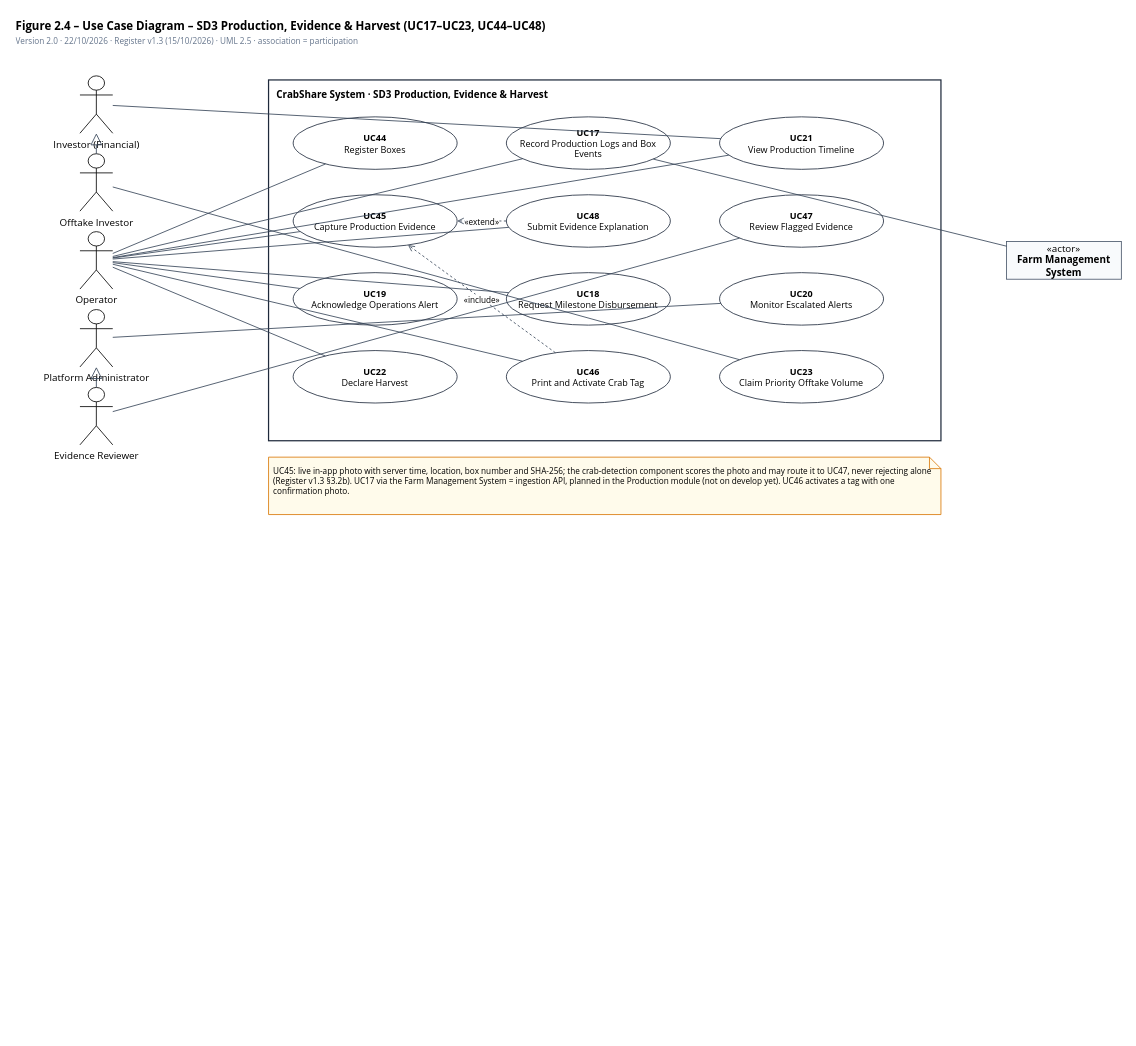
thienhoibai/crabshare keeps this draw.io diagram as page "SD3 – Production, Evidence & Harvest" (4 of 7) of docs/diagrams/CrabShare_Use_Case_Diagrams.drawio. Above is the earlier version. Source tidied: cells renumbered, new cells numbered last; positions are measured from the earlier drawing's top-left corner, leaving out a move shared by most shapes. Both pictures are drawn from the tidied source at 82%, with x=0, y=0 at pixel (14, 14).
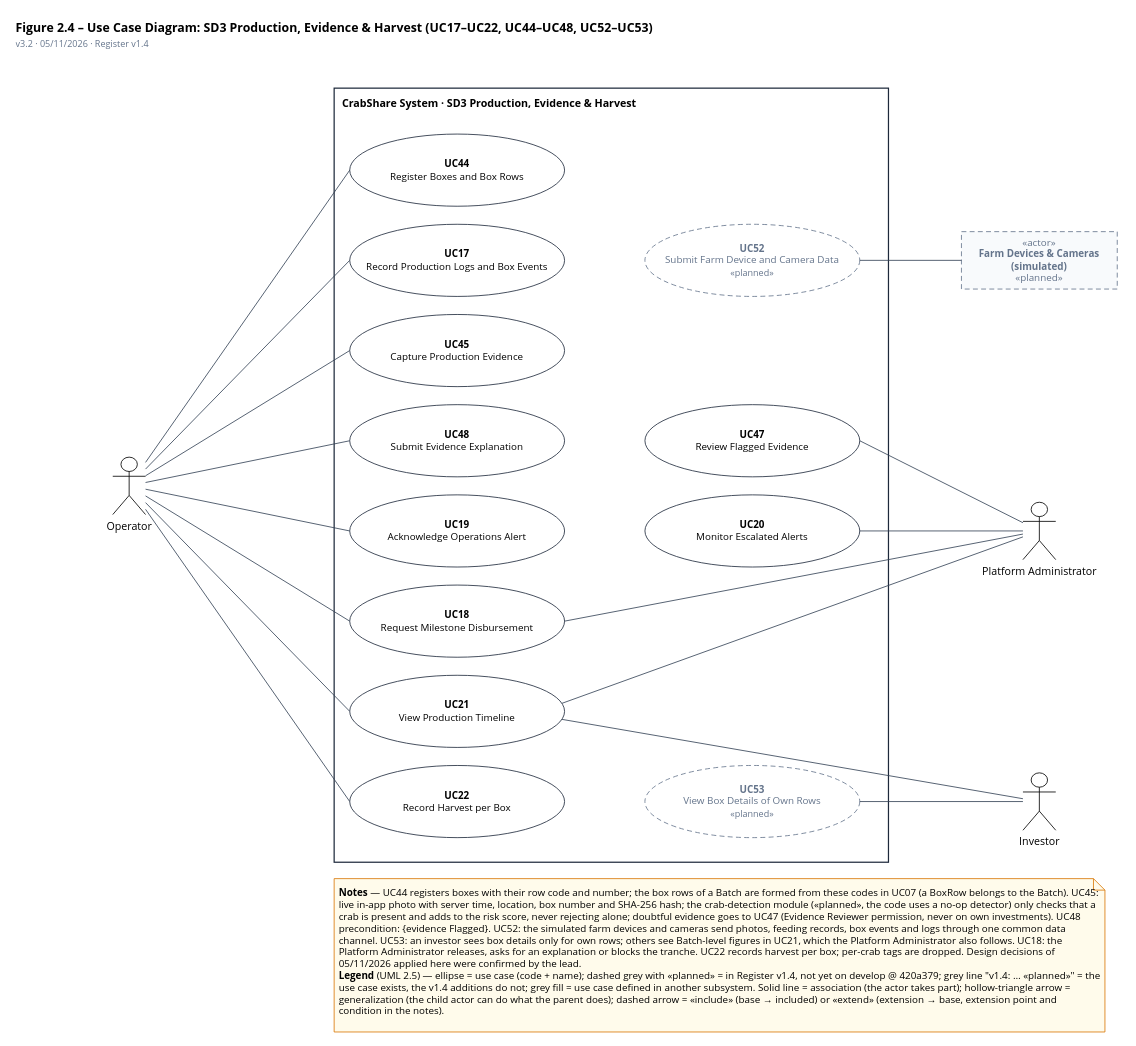
The same page after the edit.

Change to the diagram source:
```diff
@@
-    <mxCell id="2" value="&lt;b&gt;Figure 2.4 – Use Case Diagram – SD3 Production, Evidence &amp; Harvest (UC17–UC23, UC44–UC48)&lt;/b&gt;&lt;br&gt;&lt;font style=&quot;font-size:10px&quot; color=&quot;#64748b&quot;&gt;Version 2.0 · 22/10/2026 · Register v1.3 (15/10/2026) · UML 2.5 · association = participation&lt;/font&gt;" style="text;html=1;align=left;verticalAlign=top;whiteSpace=wrap;overflow=hidden;fontFamily=Segoe UI;fontSize=14;" parent="1" vertex="1">
-      <mxGeometry width="900" height="40" as="geometry" />
+    <mxCell id="2" value="&lt;b&gt;Figure 2.4 – Use Case Diagram: SD3 Production, Evidence &amp; Harvest (UC17–UC22, UC44–UC48, UC52–UC53)&lt;/b&gt;&lt;br&gt;&lt;font style=&quot;font-size:11px&quot; color=&quot;#64748b&quot;&gt;v3.2 · 05/11/2026 · Register v1.4&lt;/font&gt;" style="text;html=1;align=left;verticalAlign=top;whiteSpace=wrap;overflow=hidden;fontFamily=Segoe UI;fontSize=15;" parent="1" vertex="1">
+      <mxGeometry width="1200" height="46" as="geometry" />
     </mxCell>
-    <mxCell id="3" value="CrabShare System · SD3 Production, Evidence &amp; Harvest" style="rounded=0;whiteSpace=wrap;html=1;fillColor=none;strokeColor=#1e293b;strokeWidth=1.5;align=left;verticalAlign=top;spacingLeft=8;spacingTop=4;fontStyle=1;fontFamily=Segoe UI;" parent="1" vertex="1">
-      <mxGeometry x="310" y="80" width="820" height="440" as="geometry" />
+    <mxCell id="3" value="CrabShare System · SD3 Production, Evidence &amp; Harvest" style="rounded=0;whiteSpace=wrap;html=1;fillColor=none;strokeColor=#1e293b;strokeWidth=1.5;align=left;verticalAlign=top;spacingLeft=8;spacingTop=4;fontStyle=1;fontFamily=Segoe UI;fontSize=13;" parent="1" vertex="1">
+      <mxGeometry x="390" y="90" width="676" height="944" as="geometry" />
     </mxCell>
-    <mxCell id="4" value="&lt;b&gt;UC44&lt;/b&gt;&lt;br&gt;Register Boxes" style="ellipse;whiteSpace=wrap;html=1;fillColor=#ffffff;strokeColor=#1e293b;fontSize=11;fontFamily=Segoe UI;" parent="1" vertex="1">
-      <mxGeometry x="340" y="125" width="200" height="64" as="geometry" />
+    <mxCell id="4" value="&lt;b&gt;UC44&lt;/b&gt;&lt;br&gt;Register Boxes and Box Rows" style="ellipse;whiteSpace=wrap;html=1;fillColor=#ffffff;strokeColor=#1e293b;fontSize=12;fontFamily=Segoe UI;spacing=3;" parent="1" vertex="1">
+      <mxGeometry x="409" y="146" width="262" height="88" as="geometry" />
     </mxCell>
-    <mxCell id="5" value="&lt;b&gt;UC17&lt;/b&gt;&lt;br&gt;Record Production Logs and Box Events" style="ellipse;whiteSpace=wrap;html=1;fillColor=#ffffff;strokeColor=#1e293b;fontSize=11;fontFamily=Segoe UI;" parent="1" vertex="1">
-      <mxGeometry x="600" y="125" width="200" height="64" as="geometry" />
+    <mxCell id="5" value="&lt;b&gt;UC17&lt;/b&gt;&lt;br&gt;Record Production Logs and Box Events" style="ellipse;whiteSpace=wrap;html=1;fillColor=#ffffff;strokeColor=#1e293b;fontSize=12;fontFamily=Segoe UI;spacing=3;" parent="1" vertex="1">
+      <mxGeometry x="409" y="256" width="262" height="88" as="geometry" />
     </mxCell>
-    <mxCell id="6" value="&lt;b&gt;UC21&lt;/b&gt;&lt;br&gt;View Production Timeline" style="ellipse;whiteSpace=wrap;html=1;fillColor=#ffffff;strokeColor=#1e293b;fontSize=11;fontFamily=Segoe UI;" parent="1" vertex="1">
-      <mxGeometry x="860" y="125" width="200" height="64" as="geometry" />
+    <mxCell id="6" value="&lt;b&gt;UC45&lt;/b&gt;&lt;br&gt;Capture Production Evidence" style="ellipse;whiteSpace=wrap;html=1;fillColor=#ffffff;strokeColor=#1e293b;fontSize=12;fontFamily=Segoe UI;spacing=3;" parent="1" vertex="1">
+      <mxGeometry x="409" y="366" width="262" height="88" as="geometry" />
     </mxCell>
-    <mxCell id="7" value="&lt;b&gt;UC45&lt;/b&gt;&lt;br&gt;Capture Production Evidence" style="ellipse;whiteSpace=wrap;html=1;fillColor=#ffffff;strokeColor=#1e293b;fontSize=11;fontFamily=Segoe UI;" parent="1" vertex="1">
-      <mxGeometry x="340" y="220" width="200" height="64" as="geometry" />
+    <mxCell id="7" value="&lt;b&gt;UC48&lt;/b&gt;&lt;br&gt;Submit Evidence Explanation" style="ellipse;whiteSpace=wrap;html=1;fillColor=#ffffff;strokeColor=#1e293b;fontSize=12;fontFamily=Segoe UI;spacing=3;" parent="1" vertex="1">
+      <mxGeometry x="409" y="476" width="262" height="88" as="geometry" />
     </mxCell>
-    <mxCell id="8" value="&lt;b&gt;UC47&lt;/b&gt;&lt;br&gt;Review Flagged Evidence" style="ellipse;whiteSpace=wrap;html=1;fillColor=#ffffff;strokeColor=#1e293b;fontSize=11;fontFamily=Segoe UI;" parent="1" vertex="1">
-      <mxGeometry x="860" y="220" width="200" height="64" as="geometry" />
+    <mxCell id="8" value="&lt;b&gt;UC19&lt;/b&gt;&lt;br&gt;Acknowledge Operations Alert" style="ellipse;whiteSpace=wrap;html=1;fillColor=#ffffff;strokeColor=#1e293b;fontSize=12;fontFamily=Segoe UI;spacing=3;" parent="1" vertex="1">
+      <mxGeometry x="409" y="586" width="262" height="88" as="geometry" />
     </mxCell>
-    <mxCell id="9" value="&lt;b&gt;UC48&lt;/b&gt;&lt;br&gt;Submit Evidence Explanation" style="ellipse;whiteSpace=wrap;html=1;fillColor=#ffffff;strokeColor=#1e293b;fontSize=11;fontFamily=Segoe UI;" parent="1" vertex="1">
-      <mxGeometry x="600" y="220" width="200" height="64" as="geometry" />
+    <mxCell id="9" value="&lt;b&gt;UC18&lt;/b&gt;&lt;br&gt;Request Milestone Disbursement" style="ellipse;whiteSpace=wrap;html=1;fillColor=#ffffff;strokeColor=#1e293b;fontSize=12;fontFamily=Segoe UI;spacing=3;" parent="1" vertex="1">
+      <mxGeometry x="409" y="696" width="262" height="88" as="geometry" />
     </mxCell>
-    <mxCell id="10" value="&lt;b&gt;UC19&lt;/b&gt;&lt;br&gt;Acknowledge Operations Alert" style="ellipse;whiteSpace=wrap;html=1;fillColor=#ffffff;strokeColor=#1e293b;fontSize=11;fontFamily=Segoe UI;" parent="1" vertex="1">
-      <mxGeometry x="340" y="315" width="200" height="64" as="geometry" />
+    <mxCell id="10" value="&lt;b&gt;UC21&lt;/b&gt;&lt;br&gt;View Production Timeline" style="ellipse;whiteSpace=wrap;html=1;fillColor=#ffffff;strokeColor=#1e293b;fontSize=12;fontFamily=Segoe UI;spacing=3;" parent="1" vertex="1">
+      <mxGeometry x="409" y="806" width="262" height="88" as="geometry" />
     </mxCell>
-    <mxCell id="11" value="&lt;b&gt;UC20&lt;/b&gt;&lt;br&gt;Monitor Escalated Alerts" style="ellipse;whiteSpace=wrap;html=1;fillColor=#ffffff;strokeColor=#1e293b;fontSize=11;fontFamily=Segoe UI;" parent="1" vertex="1">
-      <mxGeometry x="860" y="315" width="200" height="64" as="geometry" />
+    <mxCell id="11" value="&lt;b&gt;UC22&lt;/b&gt;&lt;br&gt;Record Harvest per Box" style="ellipse;whiteSpace=wrap;html=1;fillColor=#ffffff;strokeColor=#1e293b;fontSize=12;fontFamily=Segoe UI;spacing=3;" parent="1" vertex="1">
+      <mxGeometry x="409" y="916" width="262" height="88" as="geometry" />
     </mxCell>
-    <mxCell id="12" value="&lt;b&gt;UC18&lt;/b&gt;&lt;br&gt;Request Milestone Disbursement" style="ellipse;whiteSpace=wrap;html=1;fillColor=#ffffff;strokeColor=#1e293b;fontSize=11;fontFamily=Segoe UI;" parent="1" vertex="1">
-      <mxGeometry x="600" y="315" width="200" height="64" as="geometry" />
+    <mxCell id="12" value="&lt;b&gt;UC52&lt;/b&gt;&lt;br&gt;Submit Farm Device and Camera Data&lt;br&gt;&lt;font style=&quot;font-size:11px&quot; color=&quot;#64748b&quot;&gt;«planned»&lt;/font&gt;" style="ellipse;whiteSpace=wrap;html=1;fillColor=#ffffff;strokeColor=#64748b;fontSize=12;fontFamily=Segoe UI;spacing=3;dashed=1;dashPattern=6 4;fontColor=#64748b;" parent="1" vertex="1">
+      <mxGeometry x="769" y="256" width="262" height="88" as="geometry" />
     </mxCell>
-    <mxCell id="13" value="&lt;b&gt;UC22&lt;/b&gt;&lt;br&gt;Declare Harvest" style="ellipse;whiteSpace=wrap;html=1;fillColor=#ffffff;strokeColor=#1e293b;fontSize=11;fontFamily=Segoe UI;" parent="1" vertex="1">
-      <mxGeometry x="340" y="410" width="200" height="64" as="geometry" />
+    <mxCell id="13" value="&lt;b&gt;UC47&lt;/b&gt;&lt;br&gt;Review Flagged Evidence" style="ellipse;whiteSpace=wrap;html=1;fillColor=#ffffff;strokeColor=#1e293b;fontSize=12;fontFamily=Segoe UI;spacing=3;" parent="1" vertex="1">
+      <mxGeometry x="769" y="476" width="262" height="88" as="geometry" />
     </mxCell>
-    <mxCell id="14" value="&lt;b&gt;UC46&lt;/b&gt;&lt;br&gt;Print and Activate Crab Tag" style="ellipse;whiteSpace=wrap;html=1;fillColor=#ffffff;strokeColor=#1e293b;fontSize=11;fontFamily=Segoe UI;" parent="1" vertex="1">
-      <mxGeometry x="600" y="410" width="200" height="64" as="geometry" />
+    <mxCell id="14" value="&lt;b&gt;UC20&lt;/b&gt;&lt;br&gt;Monitor Escalated Alerts" style="ellipse;whiteSpace=wrap;html=1;fillColor=#ffffff;strokeColor=#1e293b;fontSize=12;fontFamily=Segoe UI;spacing=3;" parent="1" vertex="1">
+      <mxGeometry x="769" y="586" width="262" height="88" as="geometry" />
     </mxCell>
-    <mxCell id="15" value="&lt;b&gt;UC23&lt;/b&gt;&lt;br&gt;Claim Priority Offtake Volume" style="ellipse;whiteSpace=wrap;html=1;fillColor=#ffffff;strokeColor=#1e293b;fontSize=11;fontFamily=Segoe UI;" parent="1" vertex="1">
-      <mxGeometry x="860" y="410" width="200" height="64" as="geometry" />
+    <mxCell id="15" value="&lt;b&gt;UC53&lt;/b&gt;&lt;br&gt;View Box Details of Own Rows&lt;br&gt;&lt;font style=&quot;font-size:11px&quot; color=&quot;#64748b&quot;&gt;«planned»&lt;/font&gt;" style="ellipse;whiteSpace=wrap;html=1;fillColor=#ffffff;strokeColor=#64748b;fontSize=12;fontFamily=Segoe UI;spacing=3;dashed=1;dashPattern=6 4;fontColor=#64748b;" parent="1" vertex="1">
+      <mxGeometry x="769" y="916" width="262" height="88" as="geometry" />
     </mxCell>
-    <mxCell id="16" value="Investor (Financial)" style="shape=umlActor;verticalLabelPosition=bottom;verticalAlign=top;html=1;outlineConnect=0;fontFamily=Segoe UI;" parent="1" vertex="1">
-      <mxGeometry x="80" y="75" width="40" height="70" as="geometry" />
+    <mxCell id="16" value="Operator" style="shape=umlActor;verticalLabelPosition=bottom;verticalAlign=top;html=1;outlineConnect=0;fontFamily=Segoe UI;fontSize=13;" parent="1" vertex="1">
+      <mxGeometry x="120" y="540" width="40" height="70" as="geometry" />
     </mxCell>
-    <mxCell id="17" value="Offtake Investor" style="shape=umlActor;verticalLabelPosition=bottom;verticalAlign=top;html=1;outlineConnect=0;fontFamily=Segoe UI;" parent="1" vertex="1">
-      <mxGeometry x="80" y="170" width="40" height="70" as="geometry" />
+    <mxCell id="17" value="«actor»&lt;br&gt;&lt;b&gt;Farm Devices &amp;amp; Cameras (simulated)&lt;/b&gt;&lt;br&gt;«planned»" style="rounded=0;whiteSpace=wrap;html=1;dashed=1;fillColor=#f8fafc;strokeColor=#64748b;fontFamily=Segoe UI;fontSize=12;dashPattern=6 4;fontColor=#64748b;" parent="1" vertex="1">
+      <mxGeometry x="1155" y="265" width="190" height="70" as="geometry" />
     </mxCell>
-    <mxCell id="18" value="Operator" style="shape=umlActor;verticalLabelPosition=bottom;verticalAlign=top;html=1;outlineConnect=0;fontFamily=Segoe UI;" parent="1" vertex="1">
-      <mxGeometry x="80" y="265" width="40" height="70" as="geometry" />
+    <mxCell id="18" value="Platform Administrator" style="shape=umlActor;verticalLabelPosition=bottom;verticalAlign=top;html=1;outlineConnect=0;fontFamily=Segoe UI;fontSize=13;" parent="1" vertex="1">
+      <mxGeometry x="1230" y="595" width="40" height="70" as="geometry" />
     </mxCell>
-    <mxCell id="19" value="Platform Administrator" style="shape=umlActor;verticalLabelPosition=bottom;verticalAlign=top;html=1;outlineConnect=0;fontFamily=Segoe UI;" parent="1" vertex="1">
-      <mxGeometry x="80" y="360" width="40" height="70" as="geometry" />
+    <mxCell id="19" value="Investor" style="shape=umlActor;verticalLabelPosition=bottom;verticalAlign=top;html=1;outlineConnect=0;fontFamily=Segoe UI;fontSize=13;" parent="1" vertex="1">
+      <mxGeometry x="1230" y="925" width="40" height="70" as="geometry" />
     </mxCell>
-    <mxCell id="20" value="Evidence Reviewer" style="shape=umlActor;verticalLabelPosition=bottom;verticalAlign=top;html=1;outlineConnect=0;fontFamily=Segoe UI;" parent="1" vertex="1">
-      <mxGeometry x="80" y="455" width="40" height="70" as="geometry" />
-    </mxCell>
-    <mxCell id="21" value="«actor»&lt;br&gt;&lt;b&gt;Farm Management System&lt;/b&gt;" style="rounded=0;whiteSpace=wrap;html=1;dashed=0;fillColor=#f8fafc;strokeColor=#475569;fontFamily=Segoe UI;" parent="1" vertex="1">
-      <mxGeometry x="1210" y="277" width="140" height="46" as="geometry" />
-    </mxCell>
+    <mxCell id="41" style="endArrow=none;html=1;strokeColor=#334155;edgeStyle=none;fontFamily=Segoe UI;entryX=0;entryY=0.5;entryDx=0;entryDy=0;" parent="1" edge="1" source="16" target="4">
+      <mxGeometry relative="1" as="geometry" />
+    </mxCell>
+    <mxCell id="42" style="endArrow=none;html=1;strokeColor=#334155;edgeStyle=none;fontFamily=Segoe UI;entryX=0;entryY=0.5;entryDx=0;entryDy=0;" parent="1" edge="1" source="16" target="5">
+      <mxGeometry relative="1" as="geometry" />
+    </mxCell>
-    <mxCell id="22" style="endArrow=none;html=1;strokeColor=#334155;edgeStyle=none;fontFamily=Segoe UI;" parent="1" edge="1" source="18" target="4">
+    <mxCell id="22" style="endArrow=none;html=1;strokeColor=#334155;edgeStyle=none;fontFamily=Segoe UI;entryX=0;entryY=0.5;entryDx=0;entryDy=0;" parent="1" edge="1" source="16" target="6">
       <mxGeometry relative="1" as="geometry" />
     </mxCell>
-    <mxCell id="23" style="endArrow=none;html=1;strokeColor=#334155;edgeStyle=none;fontFamily=Segoe UI;" parent="1" edge="1" source="18" target="5">
+    <mxCell id="23" style="endArrow=none;html=1;strokeColor=#334155;edgeStyle=none;fontFamily=Segoe UI;entryX=0;entryY=0.5;entryDx=0;entryDy=0;" parent="1" edge="1" source="16" target="7">
       <mxGeometry relative="1" as="geometry" />
     </mxCell>
-    <mxCell id="24" style="endArrow=none;html=1;strokeColor=#334155;edgeStyle=none;fontFamily=Segoe UI;" parent="1" edge="1" source="21" target="5">
+    <mxCell id="24" style="endArrow=none;html=1;strokeColor=#334155;edgeStyle=none;fontFamily=Segoe UI;entryX=0;entryY=0.5;entryDx=0;entryDy=0;" parent="1" edge="1" source="16" target="8">
       <mxGeometry relative="1" as="geometry" />
     </mxCell>
-    <mxCell id="25" style="endArrow=none;html=1;strokeColor=#334155;edgeStyle=none;fontFamily=Segoe UI;" parent="1" edge="1" source="16" target="6">
+    <mxCell id="25" style="endArrow=none;html=1;strokeColor=#334155;edgeStyle=none;fontFamily=Segoe UI;entryX=0;entryY=0.5;entryDx=0;entryDy=0;" parent="1" edge="1" source="16" target="9">
       <mxGeometry relative="1" as="geometry" />
     </mxCell>
-    <mxCell id="26" style="endArrow=none;html=1;strokeColor=#334155;edgeStyle=none;fontFamily=Segoe UI;" parent="1" edge="1" source="18" target="6">
+    <mxCell id="26" style="endArrow=none;html=1;strokeColor=#334155;edgeStyle=none;fontFamily=Segoe UI;entryX=1;entryY=0.5;entryDx=0;entryDy=0;" parent="1" edge="1" source="18" target="9">
       <mxGeometry relative="1" as="geometry" />
     </mxCell>
-    <mxCell id="27" style="endArrow=none;html=1;strokeColor=#334155;edgeStyle=none;fontFamily=Segoe UI;" parent="1" edge="1" source="18" target="7">
+    <mxCell id="27" style="endArrow=none;html=1;strokeColor=#334155;edgeStyle=none;fontFamily=Segoe UI;entryX=0;entryY=0.5;entryDx=0;entryDy=0;" parent="1" edge="1" source="16" target="10">
       <mxGeometry relative="1" as="geometry" />
     </mxCell>
-    <mxCell id="28" style="endArrow=none;html=1;strokeColor=#334155;edgeStyle=none;fontFamily=Segoe UI;" parent="1" edge="1" source="20" target="8">
+    <mxCell id="28" style="endArrow=none;html=1;strokeColor=#334155;edgeStyle=none;fontFamily=Segoe UI;entryX=1;entryY=0.38;entryDx=0;entryDy=0;" parent="1" edge="1" source="18" target="10">
       <mxGeometry relative="1" as="geometry" />
     </mxCell>
-    <mxCell id="29" style="endArrow=none;html=1;strokeColor=#334155;edgeStyle=none;fontFamily=Segoe UI;" parent="1" edge="1" source="18" target="9">
+    <mxCell id="29" style="endArrow=none;html=1;strokeColor=#334155;edgeStyle=none;fontFamily=Segoe UI;entryX=1;entryY=0.62;entryDx=0;entryDy=0;" parent="1" edge="1" source="19" target="10">
       <mxGeometry relative="1" as="geometry" />
     </mxCell>
-    <mxCell id="30" style="endArrow=none;html=1;strokeColor=#334155;edgeStyle=none;fontFamily=Segoe UI;" parent="1" edge="1" source="18" target="10">
+    <mxCell id="30" style="endArrow=none;html=1;strokeColor=#334155;edgeStyle=none;fontFamily=Segoe UI;entryX=0;entryY=0.5;entryDx=0;entryDy=0;" parent="1" edge="1" source="16" target="11">
       <mxGeometry relative="1" as="geometry" />
     </mxCell>
-    <mxCell id="31" style="endArrow=none;html=1;strokeColor=#334155;edgeStyle=none;fontFamily=Segoe UI;" parent="1" edge="1" source="19" target="11">
+    <mxCell id="31" style="endArrow=none;html=1;strokeColor=#334155;edgeStyle=none;fontFamily=Segoe UI;entryX=1;entryY=0.5;entryDx=0;entryDy=0;" parent="1" edge="1" source="17" target="12">
       <mxGeometry relative="1" as="geometry" />
     </mxCell>
-    <mxCell id="32" style="endArrow=none;html=1;strokeColor=#334155;edgeStyle=none;fontFamily=Segoe UI;" parent="1" edge="1" source="18" target="12">
+    <mxCell id="32" style="endArrow=none;html=1;strokeColor=#334155;edgeStyle=none;fontFamily=Segoe UI;entryX=1;entryY=0.5;entryDx=0;entryDy=0;" parent="1" edge="1" source="18" target="13">
       <mxGeometry relative="1" as="geometry" />
     </mxCell>
-    <mxCell id="33" style="endArrow=none;html=1;strokeColor=#334155;edgeStyle=none;fontFamily=Segoe UI;" parent="1" edge="1" source="18" target="13">
+    <mxCell id="33" style="endArrow=none;html=1;strokeColor=#334155;edgeStyle=none;fontFamily=Segoe UI;entryX=1;entryY=0.5;entryDx=0;entryDy=0;" parent="1" edge="1" source="18" target="14">
       <mxGeometry relative="1" as="geometry" />
     </mxCell>
-    <mxCell id="34" style="endArrow=none;html=1;strokeColor=#334155;edgeStyle=none;fontFamily=Segoe UI;" parent="1" edge="1" source="18" target="14">
+    <mxCell id="34" style="endArrow=none;html=1;strokeColor=#334155;edgeStyle=none;fontFamily=Segoe UI;entryX=1;entryY=0.5;entryDx=0;entryDy=0;" parent="1" edge="1" source="19" target="15">
       <mxGeometry relative="1" as="geometry" />
     </mxCell>
-    <mxCell id="35" style="endArrow=none;html=1;strokeColor=#334155;edgeStyle=none;fontFamily=Segoe UI;" parent="1" edge="1" source="17" target="15">
-      <mxGeometry relative="1" as="geometry" />
+    <mxCell id="35" value="&lt;b&gt;Notes&lt;/b&gt; — UC44 registers boxes with their row code and number; the box rows of a Batch are formed from these codes in UC07 (a BoxRow belongs to the Batch). UC45: live in-app photo with server time, location, box number and SHA-256 hash; the crab-detection module («planned», the code uses a no-op detector) only checks that a crab is present and adds to the risk score, never rejecting alone; doubtful evidence goes to UC47 (Evidence Reviewer permission, never on own investments). UC48 precondition: {evidence Flagged}. UC52: the simulated farm devices and cameras send photos, feeding records, box events and logs through one common data channel. UC53: an investor sees box details only for own rows; others see Batch-level figures in UC21, which the Platform Administrator also follows. UC18: the Platform Administrator releases, asks for an explanation or blocks the tranche. UC22 records harvest per box; per-crab tags are dropped. Design decisions of 05/11/2026 applied here were confirmed by the lead.&lt;br&gt;&lt;b&gt;Legend&lt;/b&gt; (UML 2.5) — ellipse = use case (code + name); dashed grey with «planned» = in Register v1.4, not yet on develop @ 420a379; grey line &quot;v1.4: … «planned»&quot; = the use case exists, the v1.4 additions do not; grey fill = use case defined in another subsystem. Solid line = association (the actor takes part); hollow-triangle arrow = generalization (the child actor can do what the parent does); dashed arrow = «include» (base → included) or «extend» (extension → base, extension point and condition in the notes)." style="shape=note;whiteSpace=wrap;html=1;size=14;fillColor=#fffbeb;strokeColor=#d97706;align=left;verticalAlign=top;spacing=6;fontSize=12;fontFamily=Segoe UI;" parent="1" vertex="1">
+      <mxGeometry x="390" y="1054" width="940" height="187" as="geometry" />
     </mxCell>
-    <mxCell id="36" value="«extend»" style="endArrow=open;endFill=0;dashed=1;html=1;strokeColor=#334155;edgeStyle=none;fontSize=10;fontFamily=Segoe UI;" parent="1" edge="1" source="9" target="7">
-      <mxGeometry relative="1" as="geometry" />
-    </mxCell>
-    <mxCell id="37" value="«include»" style="endArrow=open;endFill=0;dashed=1;html=1;strokeColor=#334155;edgeStyle=none;fontSize=10;fontFamily=Segoe UI;" parent="1" edge="1" source="14" target="7">
-      <mxGeometry relative="1" as="geometry" />
-    </mxCell>
-    <mxCell id="38" style="endArrow=block;endFill=0;html=1;strokeColor=#334155;edgeStyle=none;endSize=12;fontFamily=Segoe UI;" parent="1" edge="1" source="17" target="16">
-      <mxGeometry relative="1" as="geometry" />
-    </mxCell>
-    <mxCell id="39" style="endArrow=block;endFill=0;html=1;strokeColor=#334155;edgeStyle=none;endSize=12;fontFamily=Segoe UI;" parent="1" edge="1" source="20" target="19">
-      <mxGeometry relative="1" as="geometry" />
-    </mxCell>
-    <mxCell id="40" value="UC45: live in-app photo with server time, location, box number and SHA-256; the crab-detection component scores the photo and may route it to UC47, never rejecting alone (Register v1.3 §3.2b). UC17 via the Farm Management System = ingestion API, planned in the Production module (not on develop yet). UC46 activates a tag with one confirmation photo." style="shape=note;whiteSpace=wrap;html=1;size=14;fillColor=#fffbeb;strokeColor=#d97706;align=left;verticalAlign=top;spacing=6;fontSize=10;fontFamily=Segoe UI;" parent="1" vertex="1">
-      <mxGeometry x="310" y="540" width="820" height="70" as="geometry" />
-    </mxCell>
```
